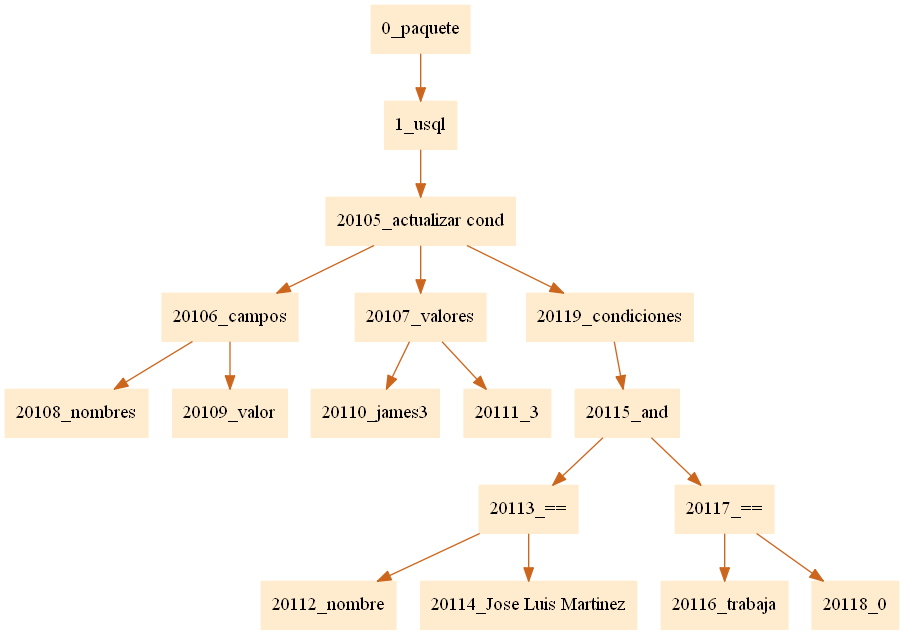
JamesMelgar/compi2javaccpr1 keeps this Graphviz diagram as pr1Compilarodores2/paquete.png. Above is the earlier version. Its source is kept beside it as pr1Compilarodores2/paquete.dot.
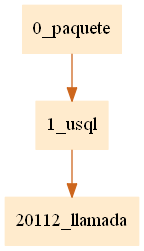
After the commit.

What changed in the source:
```diff
@@ -1,5 +1,5 @@
 digraph G {node[shape=box, style=filled, color=blanchedalmond]; edge[color=chocolate3];rankdir=UD
 
-"0_paquete"->"1_usql""1_usql"->"20105_actualizar cond""20105_actualizar cond"->"20106_campos""20106_campos"->"20108_nombres""20106_campos"->"20109_valor""20105_actualizar cond"->"20107_valores""20107_valores"->"20110_james3""20107_valores"->"20111_3""20105_actualizar cond"->"20119_condiciones""20119_condiciones"->"20115_and""20115_and"->"20113_==""20113_=="->"20112_nombre""20113_=="->"20114_Jose Luis Martinez""20115_and"->"20117_==""20117_=="->"20116_trabaja""20117_=="->"20118_0"
+"0_paquete"->"1_usql""1_usql"->"20112_llamada"
 
 }
```
